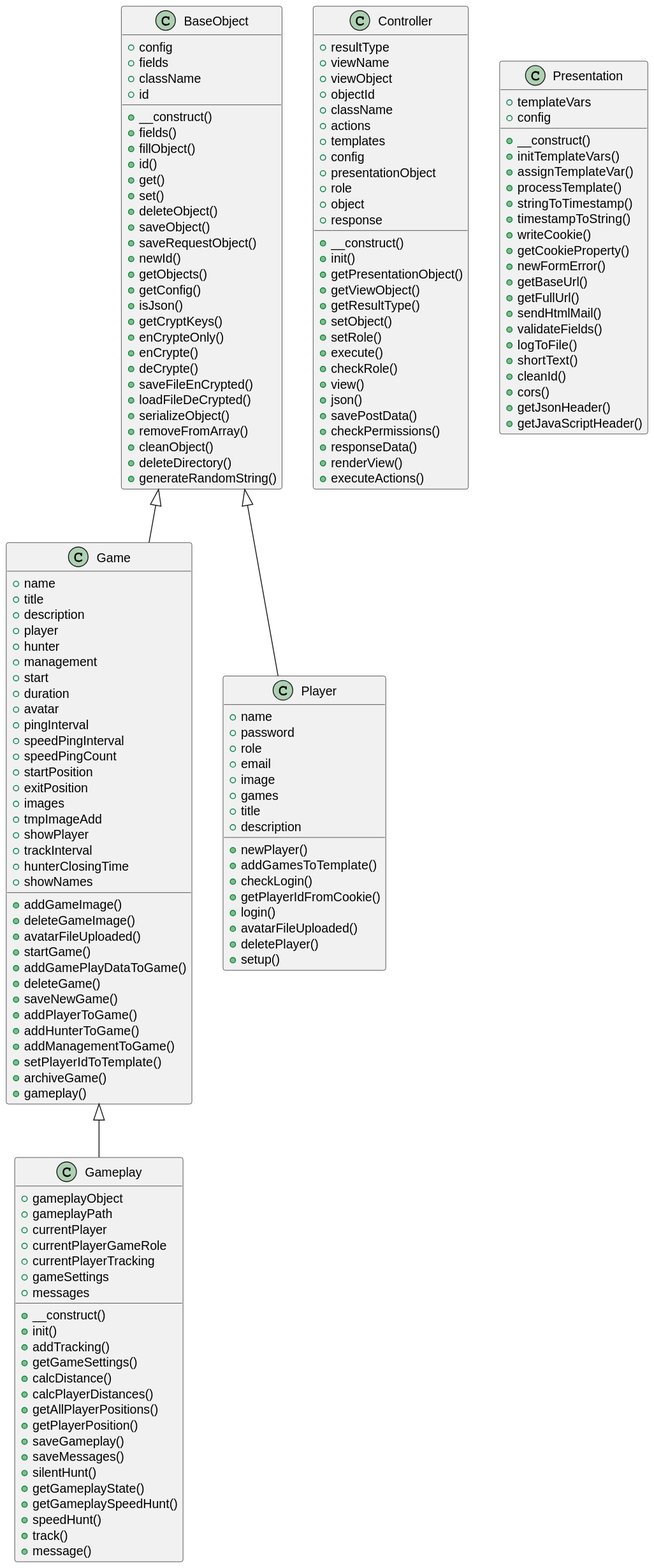
Earlier version of the PlantUML export includes/docs/php/graphs/classes.svg (septem-sensu/friendshunt).
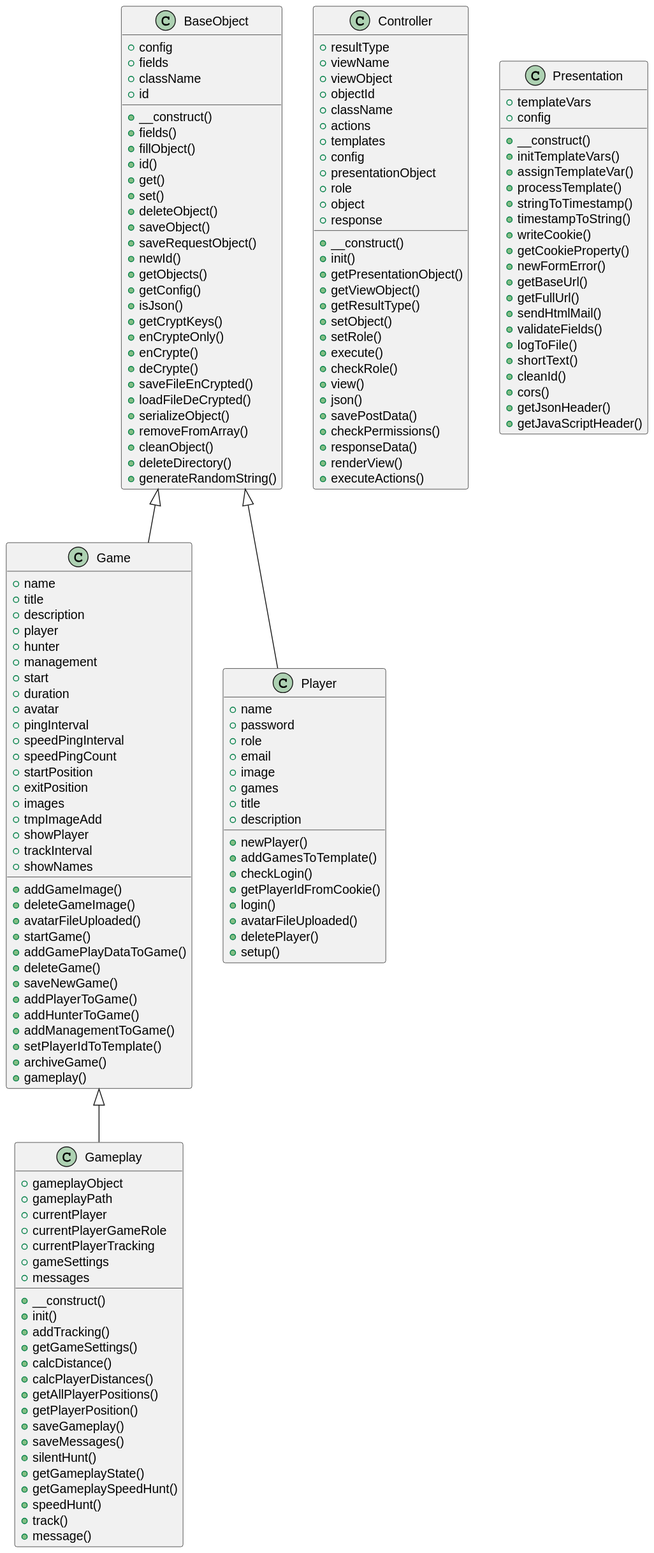
The same file after the commit.

The edit, as a diff of the source:
```diff
@@ -80,7 +80,6 @@
   +tmpImageAdd
   +showPlayer
   +trackInterval
-  +hunterClosingTime
   +showNames
   +addGameImage()
   +deleteGameImage()
```
